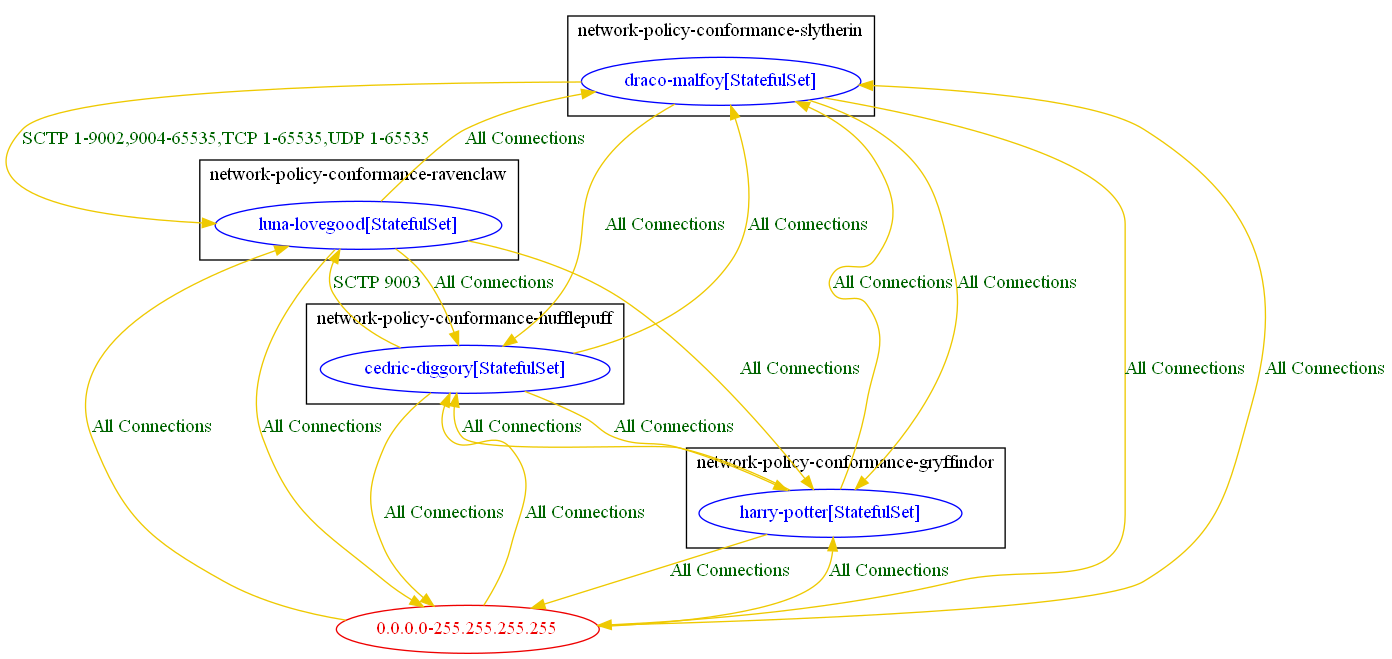
The Graphviz diagram test_outputs/connlist/banp_test_core_ingress_sctp_swapping_rules_connlist_output.dot.png in np-guard/netpol-analyzer, before a commit. Its source is kept beside it as test_outputs/connlist/banp_test_core_ingress_sctp_swapping_rules_connlist_output.dot.
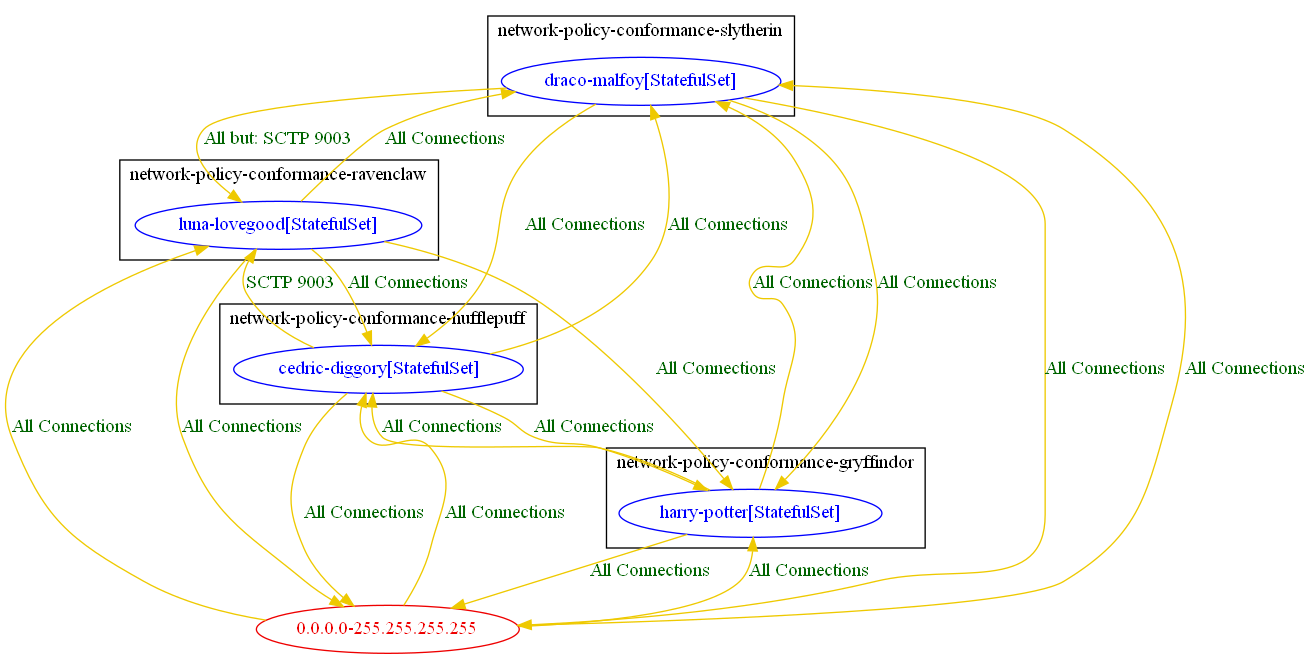
Later version of the same file.

Diff of the diagram source:
```diff
@@ -42,5 +42,5 @@
 	"network-policy-conformance-slytherin/draco-malfoy[StatefulSet]" -> "0.0.0.0-255.255.255.255" [label="All Connections" color="gold2" fontcolor="darkgreen" weight=1]
 	"network-policy-conformance-slytherin/draco-malfoy[StatefulSet]" -> "network-policy-conformance-gryffindor/harry-potter[StatefulSet]" [label="All Connections" color="gold2" fontcolor="darkgreen" weight=1]
 	"network-policy-conformance-slytherin/draco-malfoy[StatefulSet]" -> "network-policy-conformance-hufflepuff/cedric-diggory[StatefulSet]" [label="All Connections" color="gold2" fontcolor="darkgreen" weight=1]
-	"network-policy-conformance-slytherin/draco-malfoy[StatefulSet]" -> "network-policy-conformance-ravenclaw/luna-lovegood[StatefulSet]" [label="SCTP 1-9002,9004-65535,TCP 1-65535,UDP 1-65535" color="gold2" fontcolor="darkgreen" weight=1]
+	"network-policy-conformance-slytherin/draco-malfoy[StatefulSet]" -> "network-policy-conformance-ravenclaw/luna-lovegood[StatefulSet]" [label="All but: SCTP 9003" color="gold2" fontcolor="darkgreen" weight=1]
 }
```
